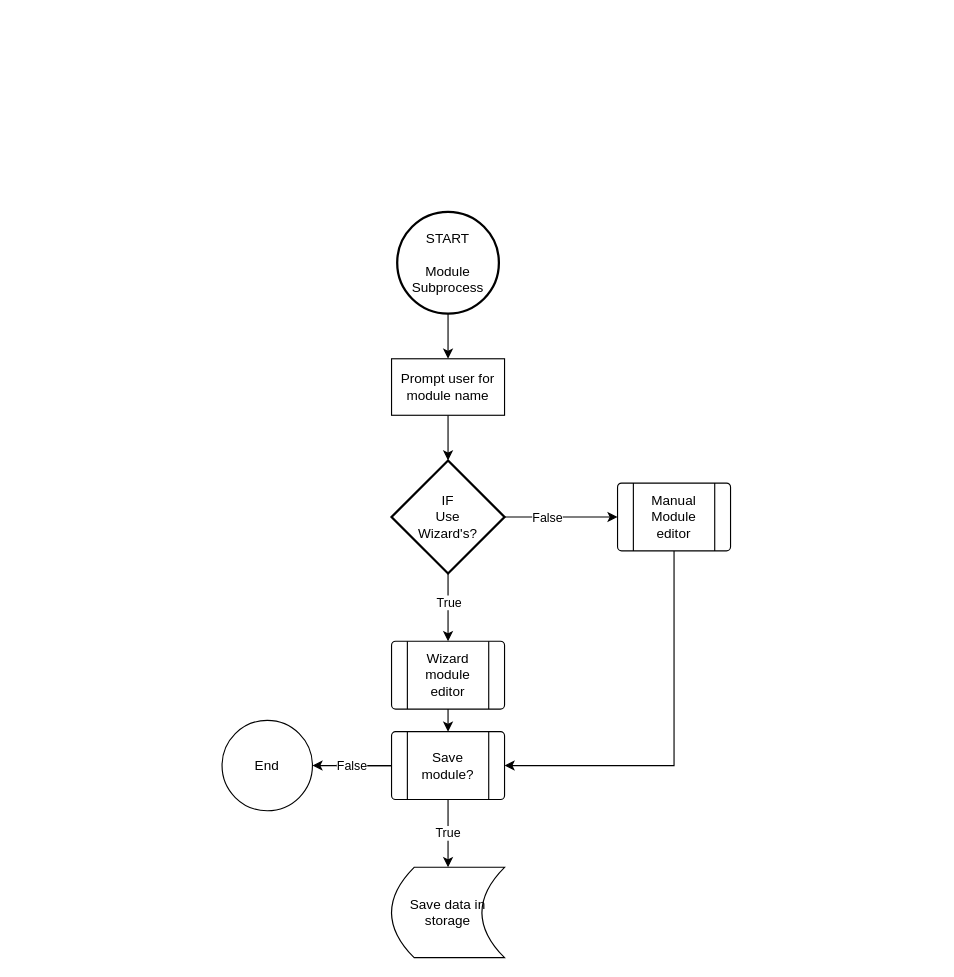
Earlier version of the draw.io diagram Phase2/Flowcharts/modgodToolset/ModGod/Creation/Module/ModuleSubprocess.drawio (RPG-Research/bcirpg). Source tidied: cells renumbered, new cells numbered last; positions are measured from the earlier drawing's top-left corner, leaving out a move shared by most shapes. Both pictures are drawn from the tidied source at 113%, with x=0, y=0 at pixel (221, 211).
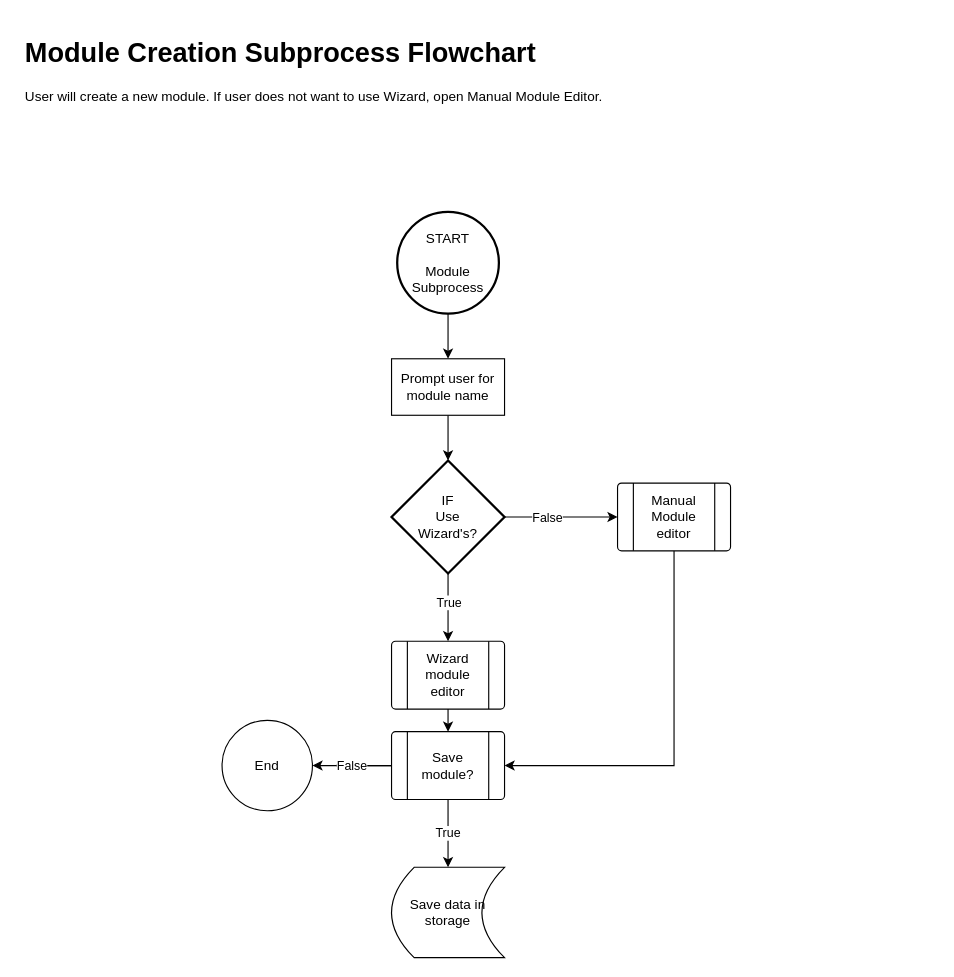
The same page after the edit.

What changed in the source:
```diff
@@
+    <mxCell id="21" value="&lt;h1&gt;Module Creation Subprocess Flowchart&lt;/h1&gt;&lt;p&gt;User will create a new module. If user does not want to use Wizard, open Manual Module Editor.&lt;/p&gt;" style="text;html=1;strokeColor=none;fillColor=none;spacing=5;spacingTop=-20;whiteSpace=wrap;overflow=hidden;rounded=0;" parent="1" vertex="1">
+      <mxGeometry x="-179" y="-160" width="810" height="110" as="geometry" />
+    </mxCell>
```
